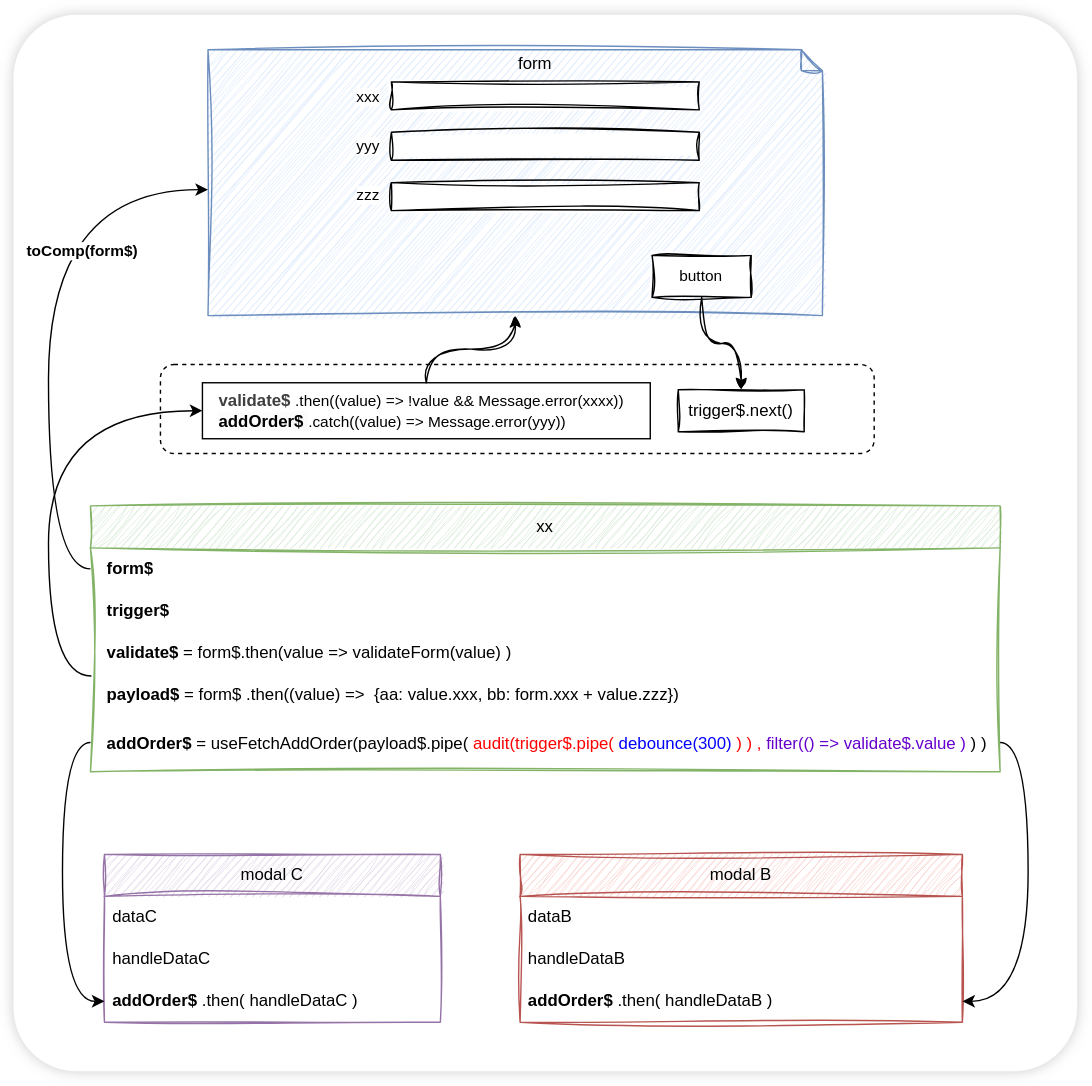
Earlier version of the draw.io export packages/public/stream-code.drawio.svg (fluthjs/fluth-vue). Source tidied: cells renumbered, new cells last; positions are measured from the earlier drawing's top-left corner, leaving out a move shared by most shapes.
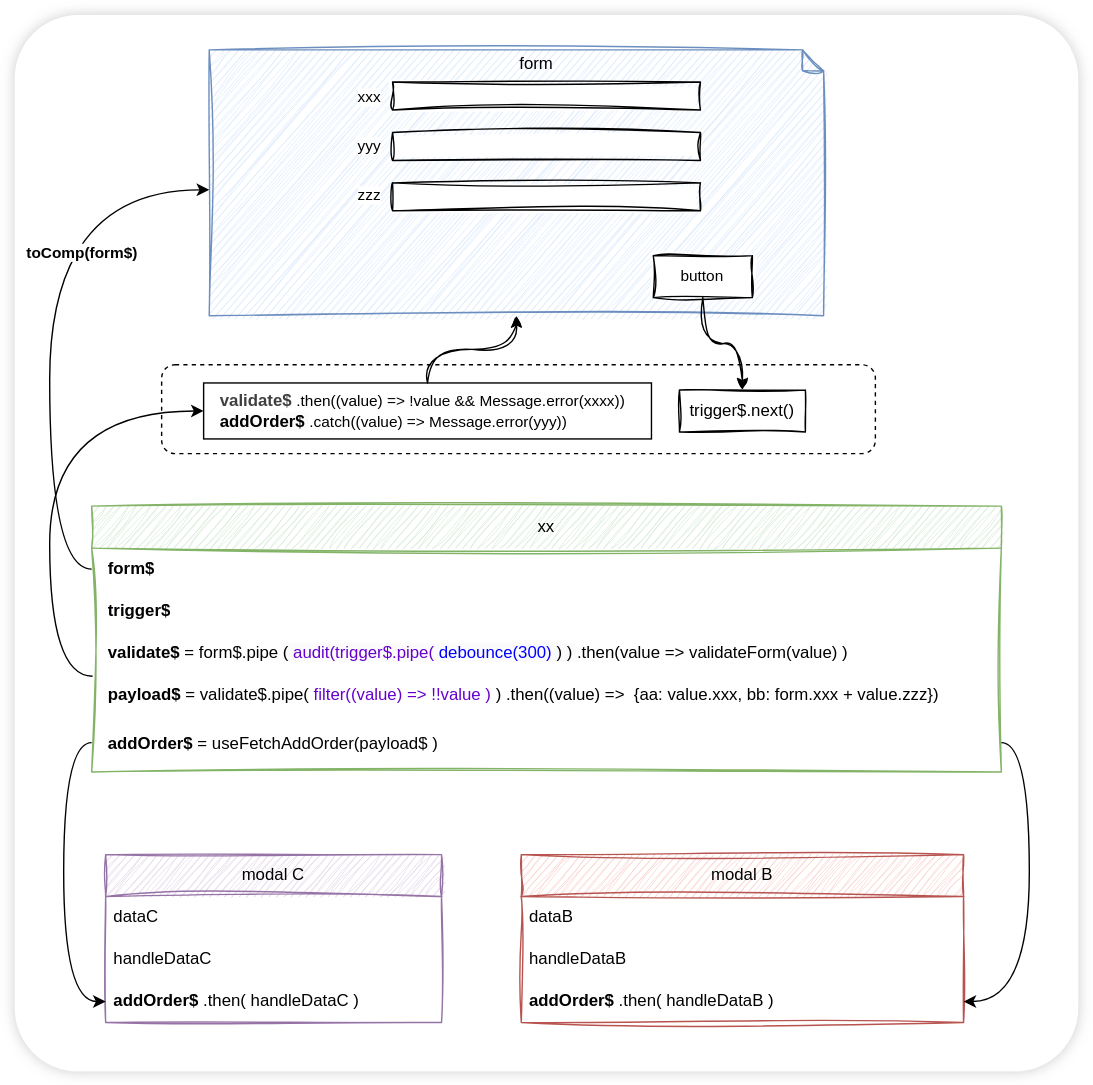
The same diagram one commit later.

The edit, as a diff of the source:
```diff
@@ -41,13 +41,13 @@
     <mxCell id="14" value="&lt;font style=&quot;color: rgb(0, 0, 0);&quot;&gt;&lt;b&gt;trigger$&lt;/b&gt;&lt;/font&gt;" style="text;strokeColor=none;fillColor=none;align=left;verticalAlign=middle;spacingLeft=10;spacingRight=4;overflow=hidden;whiteSpace=wrap;html=1;glass=0;rounded=0;sketch=1;curveFitting=1;jiggle=2;fontColor=#000000;fontStyle=0;" parent="12" vertex="1">
       <mxGeometry y="60" width="650" height="30" as="geometry" />
     </mxCell>
-    <mxCell id="15" value="&lt;font style=&quot;color: rgb(0, 0, 0);&quot;&gt;&lt;span style=&quot;background-color: rgb(255, 255, 255);&quot;&gt;&lt;b&gt;validate$&lt;/b&gt; = form$.then(value =&amp;gt;&amp;nbsp;&lt;/span&gt;&lt;span style=&quot;&quot;&gt;validateForm(value)&lt;/span&gt;&lt;span style=&quot;background-color: rgb(255, 255, 255);&quot;&gt;)&lt;/span&gt;&lt;/font&gt;" style="text;strokeColor=none;fillColor=none;align=left;verticalAlign=middle;spacingLeft=10;spacingRight=4;overflow=hidden;whiteSpace=wrap;html=1;glass=0;rounded=0;sketch=1;curveFitting=1;jiggle=2;fontColor=#000000;fontStyle=0;" parent="12" vertex="1">
+    <mxCell id="15" value="&lt;font&gt;&lt;span style=&quot;background-color: rgb(255, 255, 255);&quot;&gt;&lt;b style=&quot;color: light-dark(rgb(0, 0, 0), rgb(237, 237, 237));&quot;&gt;validate$&lt;/b&gt;&lt;font style=&quot;color: light-dark(rgb(0, 0, 0), rgb(237, 237, 237));&quot;&gt; = form$.pipe&lt;/font&gt;&lt;font style=&quot;color: light-dark(rgb(0, 0, 0), rgb(237, 237, 237)); background-color: rgb(251, 251, 251);&quot;&gt;(&lt;/font&gt;&lt;font style=&quot;background-color: rgb(251, 251, 251);&quot;&gt;&lt;font style=&quot;color: rgb(102, 0, 204);&quot;&gt;audit(trigger$.pipe(&lt;/font&gt;&lt;/font&gt;&lt;span style=&quot;background-color: rgb(251, 251, 251);&quot;&gt;&lt;font style=&quot;color: light-dark(rgb(0, 0, 255), rgb(237, 237, 237));&quot;&gt;debounce(300)&lt;/font&gt;&lt;/span&gt;&lt;font style=&quot;color: light-dark(rgb(0, 0, 0), rgb(237, 237, 237)); background-color: rgb(251, 251, 251);&quot;&gt;)&lt;font&gt;)&lt;/font&gt;&lt;/font&gt;&lt;font style=&quot;color: light-dark(rgb(0, 0, 0), rgb(237, 237, 237));&quot;&gt;.then(value =&amp;gt;&amp;nbsp;&lt;/font&gt;&lt;/span&gt;&lt;font style=&quot;color: rgb(0, 0, 0);&quot;&gt;validateForm(value)&lt;/font&gt;&lt;span style=&quot;color: light-dark(rgb(0, 0, 0), rgb(237, 237, 237)); background-color: rgb(255, 255, 255);&quot;&gt;)&lt;/span&gt;&lt;/font&gt;" style="text;strokeColor=none;fillColor=none;align=left;verticalAlign=middle;spacingLeft=10;spacingRight=4;overflow=hidden;whiteSpace=wrap;html=1;glass=0;rounded=0;sketch=1;curveFitting=1;jiggle=2;fontColor=#000000;fontStyle=0;" parent="12" vertex="1">
       <mxGeometry y="90" width="650" height="30" as="geometry" />
     </mxCell>
-    <mxCell id="16" value="&lt;font style=&quot;color: rgb(0, 0, 0);&quot;&gt;&lt;span style=&quot;background-color: light-dark(#ffffff, var(--ge-dark-color, #121212));&quot;&gt;&lt;b&gt;payload$&lt;/b&gt; = form$&lt;/span&gt;&lt;span style=&quot;background-color: light-dark(#ffffff, var(--ge-dark-color, #121212));&quot;&gt;.then((value) =&amp;gt;&amp;nbsp;&amp;nbsp;{aa:&amp;nbsp;value.xxx, bb: form.xxx +&amp;nbsp;value.zzz})&lt;/span&gt;&lt;/font&gt;" style="text;strokeColor=none;fillColor=none;align=left;verticalAlign=middle;spacingLeft=10;spacingRight=4;overflow=hidden;points=[[0,0.5],[1,0.5]];portConstraint=eastwest;whiteSpace=wrap;html=1;glass=0;rounded=0;sketch=1;curveFitting=1;jiggle=2;fontColor=#000000;fontStyle=0;" parent="12" vertex="1">
+    <mxCell id="16" value="&lt;font&gt;&lt;span style=&quot;color: light-dark(rgb(0, 0, 0), rgb(237, 237, 237)); background-color: light-dark(#ffffff, var(--ge-dark-color, #121212));&quot;&gt;&lt;b&gt;payload$&lt;/b&gt; = validate$.pipe(&lt;/span&gt;&lt;span&gt;&lt;font style=&quot;color: rgb(102, 0, 204);&quot;&gt;filter((value) =&amp;gt; !!value&lt;/font&gt;&lt;/span&gt;&lt;span style=&quot;color: rgb(63, 63, 63);&quot;&gt;&lt;font style=&quot;color: rgb(102, 0, 204);&quot;&gt;)&lt;/font&gt;&lt;/span&gt;&lt;span style=&quot;color: light-dark(rgb(0, 0, 0), rgb(237, 237, 237)); background-color: light-dark(#ffffff, var(--ge-dark-color, #121212));&quot;&gt;)&lt;/span&gt;&lt;span style=&quot;color: light-dark(rgb(0, 0, 0), rgb(237, 237, 237)); background-color: light-dark(#ffffff, var(--ge-dark-color, #121212));&quot;&gt;.then((value) =&amp;gt;&amp;nbsp;&amp;nbsp;{aa:&amp;nbsp;value.xxx, bb: form.xxx +&amp;nbsp;value.zzz})&lt;/span&gt;&lt;/font&gt;" style="text;strokeColor=none;fillColor=none;align=left;verticalAlign=middle;spacingLeft=10;spacingRight=4;overflow=hidden;points=[[0,0.5],[1,0.5]];portConstraint=eastwest;whiteSpace=wrap;html=1;glass=0;rounded=0;sketch=1;curveFitting=1;jiggle=2;fontColor=#000000;fontStyle=0;" parent="12" vertex="1">
       <mxGeometry y="120" width="650" height="30" as="geometry" />
     </mxCell>
-    <mxCell id="17" value="&lt;font&gt;&lt;b style=&quot;color: light-dark(rgb(0, 0, 0), rgb(237, 237, 237));&quot;&gt;addOrder$&lt;/b&gt;&lt;font style=&quot;color: rgb(255, 0, 0);&quot;&gt; &lt;/font&gt;&lt;font style=&quot;color: rgb(0, 0, 0);&quot;&gt;= useFetchAddOrder(payload$.pipe(&lt;/font&gt;&lt;font style=&quot;color: rgb(255, 0, 0);&quot;&gt;audit(trigger$.pipe(&lt;/font&gt;&lt;span&gt;&lt;font style=&quot;color: light-dark(rgb(0, 0, 255), rgb(237, 237, 237));&quot;&gt;debounce(300)&lt;/font&gt;&lt;/span&gt;&lt;font&gt;&lt;span&gt;&lt;font style=&quot;color: light-dark(rgb(255, 0, 0), rgb(237, 237, 237));&quot;&gt;)&lt;/font&gt;&lt;/span&gt;&lt;font style=&quot;color: rgb(255, 0, 0);&quot;&gt;)&lt;/font&gt;&lt;/font&gt;&lt;font style=&quot;color: rgb(255, 0, 0);&quot;&gt;,&lt;/font&gt;&lt;span&gt;&lt;font style=&quot;color: light-dark(rgb(102, 0, 204), rgb(237, 237, 237));&quot;&gt;filter(() =&amp;gt; validate$.value&lt;/font&gt;&lt;/span&gt;&lt;span&gt;&lt;font style=&quot;color: rgb(102, 0, 204);&quot;&gt;)&lt;/font&gt;&lt;/span&gt;&lt;span style=&quot;color: light-dark(rgb(0, 0, 0), rgb(237, 237, 237)); background-color: transparent;&quot;&gt;)&lt;/span&gt;&lt;span style=&quot;color: light-dark(rgb(0, 0, 0), rgb(237, 237, 237)); background-color: transparent;&quot;&gt;)&lt;/span&gt;&lt;/font&gt;" style="text;strokeColor=none;fillColor=none;align=left;verticalAlign=middle;spacingLeft=10;spacingRight=4;overflow=hidden;points=[[0,0.5],[1,0.5]];portConstraint=eastwest;whiteSpace=wrap;html=1;glass=0;rounded=0;sketch=1;curveFitting=1;jiggle=2;fontColor=#000000;fontStyle=0;" parent="12" vertex="1">
+    <mxCell id="17" value="&lt;font&gt;&lt;b style=&quot;color: light-dark(rgb(0, 0, 0), rgb(237, 237, 237));&quot;&gt;addOrder$&lt;/b&gt;&lt;font style=&quot;color: rgb(255, 0, 0);&quot;&gt; &lt;/font&gt;&lt;font style=&quot;color: rgb(0, 0, 0);&quot;&gt;= useFetchAddOrder(payload$&lt;/font&gt;&lt;span style=&quot;color: light-dark(rgb(0, 0, 0), rgb(237, 237, 237)); background-color: transparent;&quot;&gt;)&lt;/span&gt;&lt;/font&gt;" style="text;strokeColor=none;fillColor=none;align=left;verticalAlign=middle;spacingLeft=10;spacingRight=4;overflow=hidden;points=[[0,0.5],[1,0.5]];portConstraint=eastwest;whiteSpace=wrap;html=1;glass=0;rounded=0;sketch=1;curveFitting=1;jiggle=2;fontColor=#000000;fontStyle=0;" parent="12" vertex="1">
       <mxGeometry y="150" width="650" height="40" as="geometry" />
     </mxCell>
     <mxCell id="18" style="group;rounded=0;sketch=1;curveFitting=1;jiggle=2;fontColor=#000000;fontStyle=0;" parent="1" vertex="1">
```
